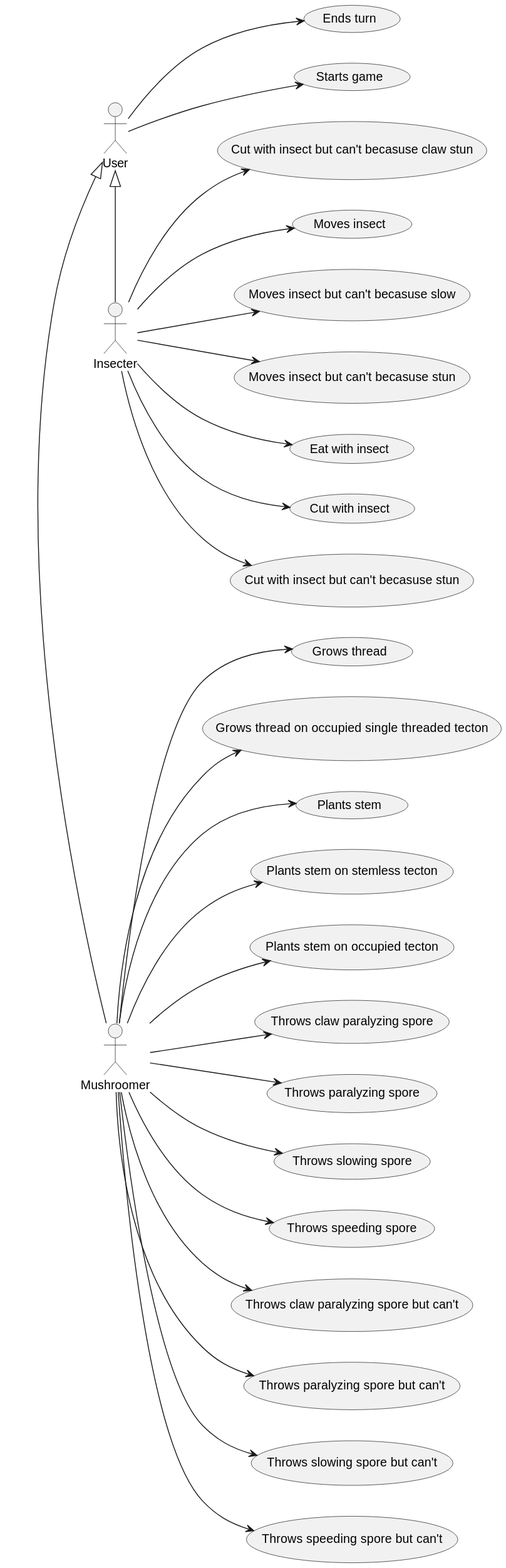
This is out/5/usecase/uc/player.svg from Petya-G/fungorium, a PlantUML export, as it was before one commit.
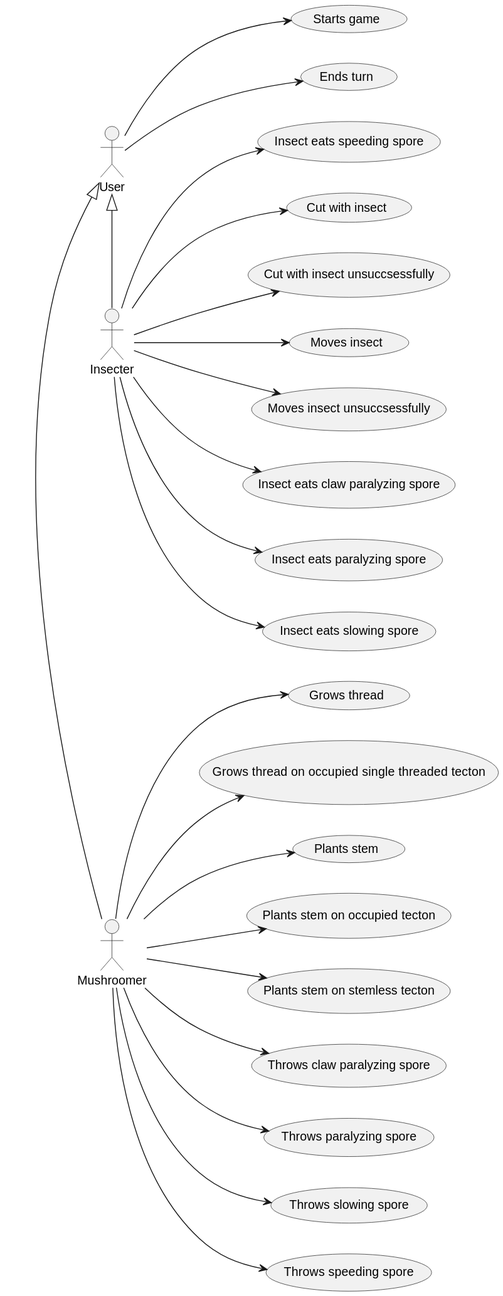
The same file after the commit.

Change to the diagram source:
```diff
@@ -7,26 +7,25 @@
 User --> (Starts game)
 
 Mushroomer --> (Plants stem)
+Mushroomer --> (Plants stem on occupied tecton)
 Mushroomer --> (Plants stem on stemless tecton)
-Mushroomer --> (Plants stem on occupied tecton)
 Mushroomer --> (Throws claw paralyzing spore)
 Mushroomer --> (Throws paralyzing spore)
 Mushroomer --> (Throws slowing spore)
 Mushroomer --> (Throws speeding spore)
 
-Mushroomer --> (Throws claw paralyzing spore but can't)
-Mushroomer --> (Throws paralyzing spore but can't)
-Mushroomer --> (Throws slowing spore but can't)
-Mushroomer --> (Throws speeding spore but can't)
 
 Mushroomer --> (Grows thread)
 Mushroomer --> (Grows thread on occupied single threaded tecton)
 
 Insecter --> (Moves insect)
-Insecter --> (Moves insect but can't becasuse slow)
-Insecter --> (Moves insect but can't becasuse stun)
-Insecter --> (Eat with insect)
+Insecter --> (Moves insect unsuccsessfully)
+
+Insecter --> (Insect eats claw paralyzing spore)
+Insecter --> (Insect eats paralyzing spore)
+Insecter --> (Insect eats slowing spore)
+Insecter --> (Insect eats speeding spore)
+
 Insecter --> (Cut with insect)
-Insecter --> (Cut with insect but can't becasuse stun)
-Insecter --> (Cut with insect but can't becasuse claw stun)
+Insecter --> (Cut with insect unsuccsessfully)
 @enduml
```
